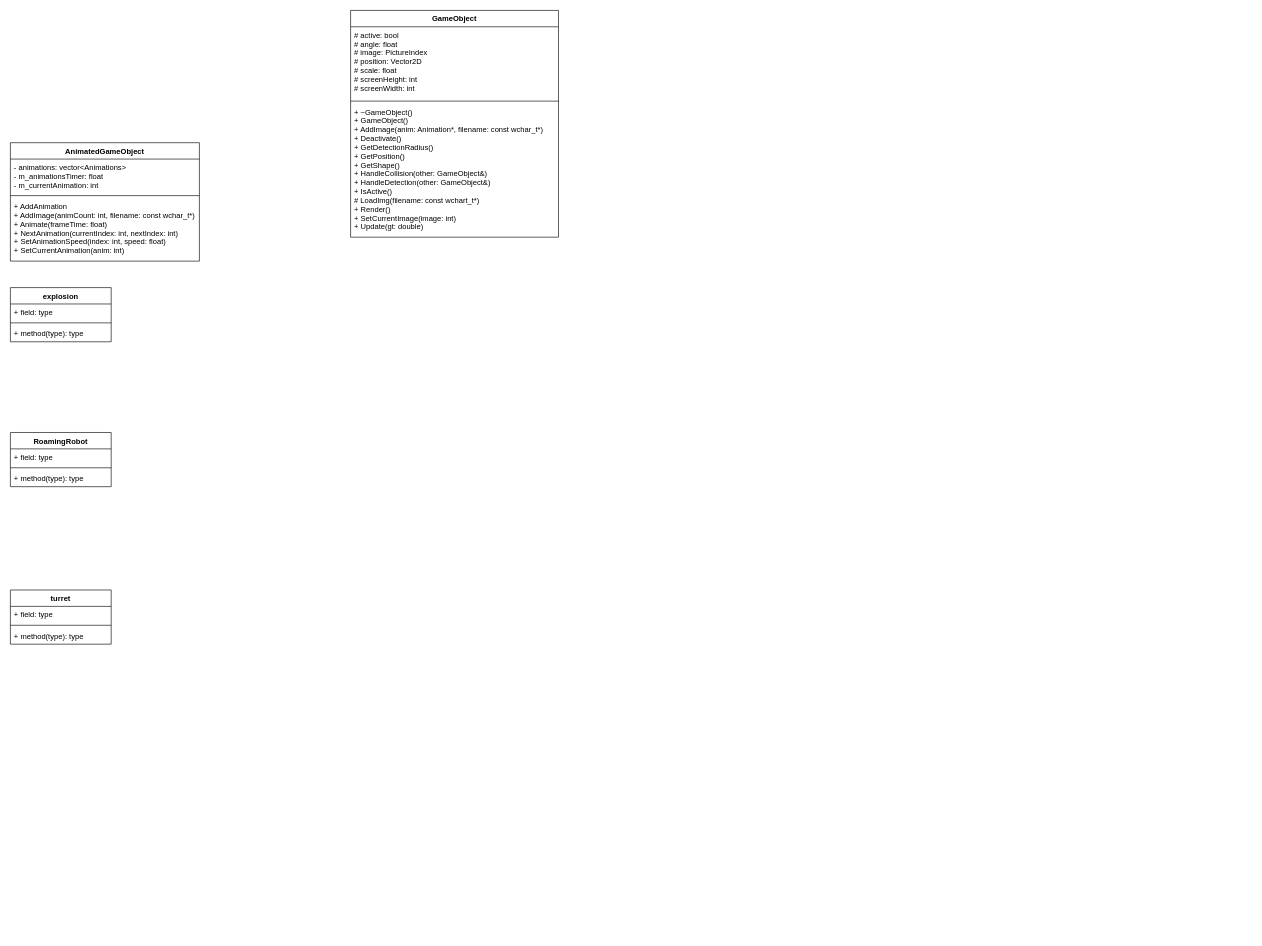
Earlier version of the draw.io diagram Software-engineering-classDiagram.drawio (mabyee/2D-Game-Engine). Source tidied: cells renumbered, new cells numbered last; positions are measured from the earlier drawing's top-left corner, leaving out a move shared by most shapes. Both pictures are drawn from the tidied source at 63%, with x=0, y=0 at pixel (10, 10).
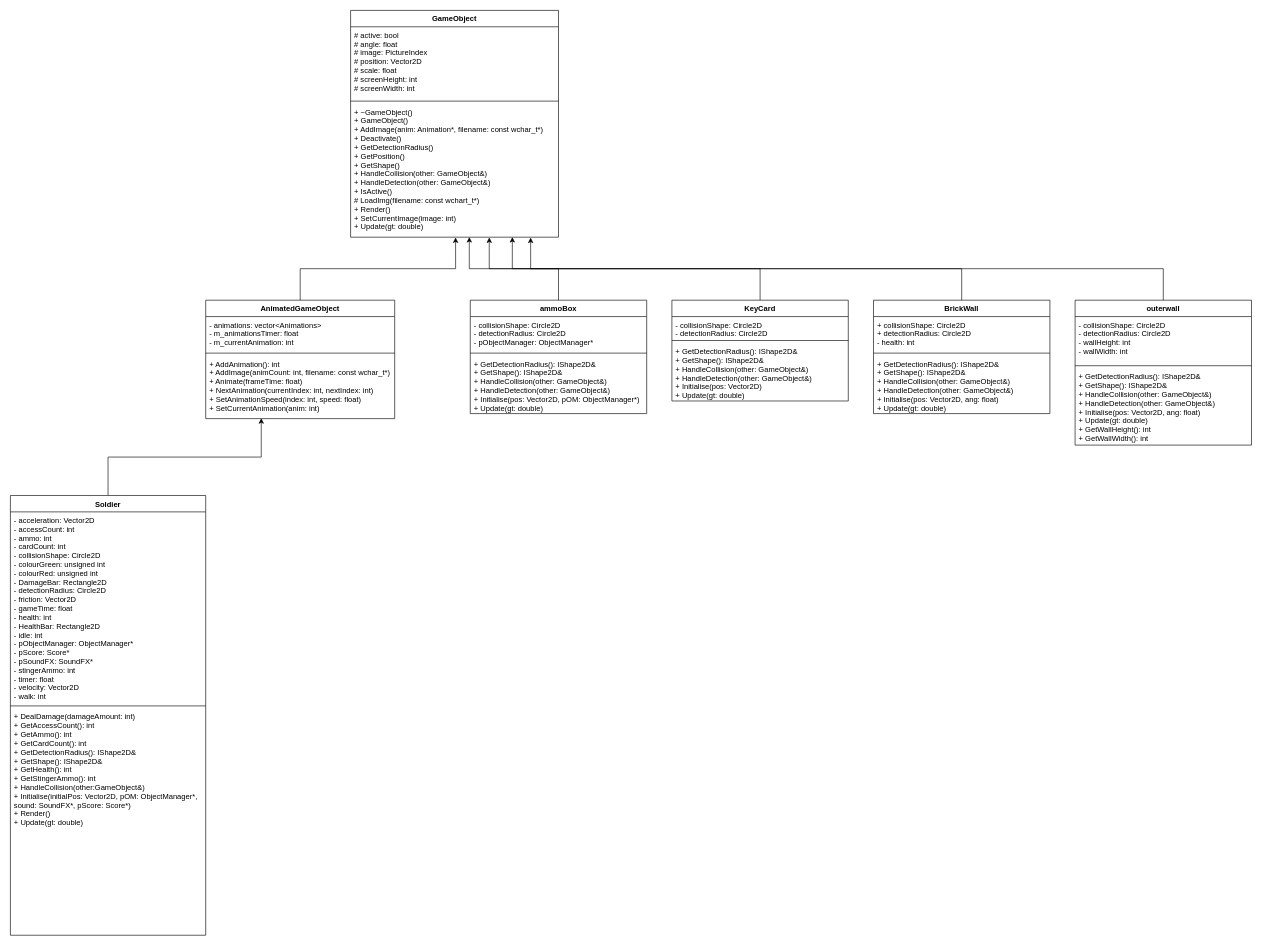
The same diagram, later.

Unchanged cells that the change refers to:
```xml
<mxCell id="5" value="+ ~GameObject()&#10;+ GameObject()&#10;+ AddImage(anim: Animation*, filename: const wchar_t*)&#10;+ Deactivate()&#10;+ GetDetectionRadius()&#10;+ GetPosition()&#10;+ GetShape()&#10;+ HandleCollision(other: GameObject&amp;)&#10;+ HandleDetection(other: GameObject&amp;)&#10;+ IsActive()&#10;# LoadImg(filename: const wchart_t*)&#10;+ Render()&#10;+ SetCurrentImage(image: int)&#10;+ Update(gt: double)" style="text;strokeColor=none;fillColor=none;align=left;verticalAlign=top;spacingLeft=4;spacingRight=4;overflow=hidden;points=[[0,0.5],[1,0.5]];portConstraint=eastwest;" parent="2" vertex="1">
  <mxGeometry y="148" width="330" height="212" as="geometry" />
</mxCell>
```

Change to the diagram source:
```diff
@@
+    <mxCell id="22" style="edgeStyle=orthogonalEdgeStyle;rounded=0;jettySize=auto;html=1;entryX=0.505;entryY=1.002;entryDx=0;entryDy=0;entryPerimeter=0;" parent="1" edge="1" source="6" target="5">
+      <mxGeometry relative="1" as="geometry" />
+    </mxCell>
     <mxCell id="6" value="AnimatedGameObject" style="swimlane;fontStyle=1;align=center;verticalAlign=top;horizontal=1;startSize=26;" parent="1" vertex="1">
-      <mxGeometry y="210" width="300" height="188" as="geometry" />
+      <mxGeometry x="310" y="460" width="300" height="188" as="geometry" />
     </mxCell>
@@
-    <mxCell id="9" value="+ AddAnimation&#10;+ AddImage(animCount: int, filename: const wchar_t*)&#10;+ Animate(frameTime: float)&#10;+ NextAnimation(currentIndex: int, nextIndex: int)&#10;+ SetAnimationSpeed(index: int, speed: float)&#10;+ SetCurrentAnimation(anim: int)" style="text;strokeColor=none;fillColor=none;align=left;verticalAlign=top;spacingLeft=4;spacingRight=4;overflow=hidden;points=[[0,0.5],[1,0.5]];portConstraint=eastwest;" parent="6" vertex="1">
+    <mxCell id="9" value="+ AddAnimation(): int&#10;+ AddImage(animCount: int, filename: const wchar_t*)&#10;+ Animate(frameTime: float)&#10;+ NextAnimation(currentIndex: int, nextIndex: int)&#10;+ SetAnimationSpeed(index: int, speed: float)&#10;+ SetCurrentAnimation(anim: int)" style="text;strokeColor=none;fillColor=none;align=left;verticalAlign=top;spacingLeft=4;spacingRight=4;overflow=hidden;points=[[0,0.5],[1,0.5]];portConstraint=eastwest;" parent="6" vertex="1">
       <mxGeometry y="88" width="300" height="100" as="geometry" />
     </mxCell>
+    <mxCell id="23" style="edgeStyle=orthogonalEdgeStyle;rounded=0;jettySize=auto;html=1;entryX=0.667;entryY=1.002;entryDx=0;entryDy=0;entryPerimeter=0;" parent="1" edge="1" source="10" target="5">
+      <mxGeometry relative="1" as="geometry" />
+    </mxCell>
-    <mxCell id="10" value="explosion" style="swimlane;fontStyle=1;align=center;verticalAlign=top;horizontal=1;startSize=26;" parent="1" vertex="1">
-      <mxGeometry y="440" width="160" height="86" as="geometry" />
+    <mxCell id="10" value="ammoBox" style="swimlane;fontStyle=1;align=center;verticalAlign=top;horizontal=1;startSize=26;" parent="1" vertex="1">
+      <mxGeometry x="730" y="460" width="280" height="180" as="geometry" />
     </mxCell>
-    <mxCell id="11" value="+ field: type" style="text;strokeColor=none;fillColor=none;align=left;verticalAlign=top;spacingLeft=4;spacingRight=4;overflow=hidden;" parent="10" vertex="1">
-      <mxGeometry y="26" width="160" height="26" as="geometry" />
+    <mxCell id="11" value="- collisionShape: Circle2D&#10;- detectionRadius: Circle2D&#10;- pObjectManager: ObjectManager*" style="text;strokeColor=none;fillColor=none;align=left;verticalAlign=top;spacingLeft=4;spacingRight=4;overflow=hidden;" parent="10" vertex="1">
+      <mxGeometry y="26" width="280" height="54" as="geometry" />
     </mxCell>
     <mxCell id="12" style="line;strokeWidth=1;fillColor=none;align=left;verticalAlign=middle;spacingTop=-1;spacingLeft=3;spacingRight=3;labelPosition=right;" parent="10" vertex="1">
-      <mxGeometry y="52" width="160" height="8" as="geometry" />
+      <mxGeometry y="80" width="280" height="8" as="geometry" />
     </mxCell>
-    <mxCell id="13" value="+ method(type): type" style="text;strokeColor=none;fillColor=none;align=left;verticalAlign=top;spacingLeft=4;spacingRight=4;overflow=hidden;" parent="10" vertex="1">
-      <mxGeometry y="60" width="160" height="26" as="geometry" />
+    <mxCell id="13" value="+ GetDetectionRadius(): IShape2D&amp;&#10;+ GetShape(): IShape2D&amp;&#10;+ HandleCollision(other: GameObject&amp;)&#10;+ HandleDetection(other: GameObject&amp;)&#10;+ Initialise(pos: Vector2D, pOM: ObjectManager*)&#10;+ Update(gt: double)" style="text;strokeColor=none;fillColor=none;align=left;verticalAlign=top;spacingLeft=4;spacingRight=4;overflow=hidden;" parent="10" vertex="1">
+      <mxGeometry y="88" width="280" height="92" as="geometry" />
     </mxCell>
+    <mxCell id="24" style="edgeStyle=orthogonalEdgeStyle;rounded=0;jettySize=auto;html=1;entryX=0.294;entryY=0.994;entryDx=0;entryDy=0;entryPerimeter=0;" parent="1" edge="1" source="14" target="9">
+      <mxGeometry relative="1" as="geometry" />
+    </mxCell>
-    <mxCell id="14" value="RoamingRobot" style="swimlane;fontStyle=1;align=center;verticalAlign=top;horizontal=1;startSize=26;" parent="1" vertex="1">
-      <mxGeometry y="670" width="160" height="86" as="geometry" />
+    <mxCell id="14" value="Soldier" style="swimlane;fontStyle=1;align=center;verticalAlign=top;horizontal=1;startSize=26;" parent="1" vertex="1">
+      <mxGeometry y="770" width="310" height="698" as="geometry" />
     </mxCell>
-    <mxCell id="15" value="+ field: type" style="text;strokeColor=none;fillColor=none;align=left;verticalAlign=top;spacingLeft=4;spacingRight=4;overflow=hidden;" parent="14" vertex="1">
-      <mxGeometry y="26" width="160" height="26" as="geometry" />
+    <mxCell id="15" value="- acceleration: Vector2D&#10;- accessCount: int&#10;- ammo: int&#10;- cardCount: int&#10;- collisionShape: Circle2D&#10;- colourGreen: unsigned int&#10;- colourRed: unsigned int&#10;- DamageBar: Rectangle2D&#10;- detectionRadius: Circle2D&#10;- friction: Vector2D&#10;- gameTime: float&#10;- health: int&#10;- HealthBar: Rectangle2D&#10;- idle: int&#10;- pObjectManager: ObjectManager*&#10;- pScore: Score*&#10;- pSoundFX: SoundFX*&#10;- stingerAmmo: int&#10;- timer: float&#10;- velocity: Vector2D&#10;- walk: int" style="text;strokeColor=none;fillColor=none;align=left;verticalAlign=top;spacingLeft=4;spacingRight=4;overflow=hidden;" parent="14" vertex="1">
+      <mxGeometry y="26" width="310" height="304" as="geometry" />
     </mxCell>
     <mxCell id="16" style="line;strokeWidth=1;fillColor=none;align=left;verticalAlign=middle;spacingTop=-1;spacingLeft=3;spacingRight=3;labelPosition=right;" parent="14" vertex="1">
-      <mxGeometry y="52" width="160" height="8" as="geometry" />
+      <mxGeometry y="330" width="310" height="8" as="geometry" />
     </mxCell>
-    <mxCell id="17" value="+ method(type): type" style="text;strokeColor=none;fillColor=none;align=left;verticalAlign=top;spacingLeft=4;spacingRight=4;overflow=hidden;" parent="14" vertex="1">
-      <mxGeometry y="60" width="160" height="26" as="geometry" />
+    <mxCell id="17" value="+ DealDamage(damageAmount: int)&#10;+ GetAccessCount(): int&#10;+ GetAmmo(): int&#10;+ GetCardCount(): int&#10;+ GetDetectionRadius(): IShape2D&amp;&#10;+ GetShape(): IShape2D&amp;&#10;+ GetHealth(): int&#10;+ GetStingerAmmo(): int&#10;+ HandleCollision(other:GameObject&amp;)&#10;+ Initialise(initialPos: Vector2D, pOM: ObjectManager*, &#10;sound: SoundFX*, pScore: Score*)&#10;+ Render()&#10;+ Update(gt: double)" style="text;strokeColor=none;fillColor=none;align=left;verticalAlign=top;spacingLeft=4;spacingRight=4;overflow=hidden;" parent="14" vertex="1">
+      <mxGeometry y="338" width="310" height="360" as="geometry" />
     </mxCell>
-    <mxCell id="18" value="turret" style="swimlane;fontStyle=1;align=center;verticalAlign=top;horizontal=1;startSize=26;" parent="1" vertex="1">
-      <mxGeometry y="920" width="160" height="86" as="geometry" />
-    </mxCell>
-    <mxCell id="19" value="+ field: type" style="text;strokeColor=none;fillColor=none;align=left;verticalAlign=top;spacingLeft=4;spacingRight=4;overflow=hidden;" parent="18" vertex="1">
-      <mxGeometry y="26" width="160" height="26" as="geometry" />
-    </mxCell>
-    <mxCell id="20" style="line;strokeWidth=1;fillColor=none;align=left;verticalAlign=middle;spacingTop=-1;spacingLeft=3;spacingRight=3;labelPosition=right;" parent="18" vertex="1">
-      <mxGeometry y="52" width="160" height="8" as="geometry" />
-    </mxCell>
-    <mxCell id="21" value="+ method(type): type" style="text;strokeColor=none;fillColor=none;align=left;verticalAlign=top;spacingLeft=4;spacingRight=4;overflow=hidden;" parent="18" vertex="1">
-      <mxGeometry y="60" width="160" height="26" as="geometry" />
-    </mxCell>
+    <mxCell id="25" style="edgeStyle=orthogonalEdgeStyle;rounded=0;jettySize=auto;html=1;entryX=0.571;entryY=0.999;entryDx=0;entryDy=0;entryPerimeter=0;" parent="1" edge="1" source="26" target="5">
+      <mxGeometry relative="1" as="geometry" />
+    </mxCell>
+    <mxCell id="26" value="KeyCard" style="swimlane;fontStyle=1;align=center;verticalAlign=top;horizontal=1;startSize=26;" parent="1" vertex="1">
+      <mxGeometry x="1050" y="460" width="280" height="160" as="geometry" />
+    </mxCell>
+    <mxCell id="27" value="- collisionShape: Circle2D&#10;- detectionRadius: Circle2D" style="text;strokeColor=none;fillColor=none;align=left;verticalAlign=top;spacingLeft=4;spacingRight=4;overflow=hidden;" parent="26" vertex="1">
+      <mxGeometry y="26" width="280" height="34" as="geometry" />
+    </mxCell>
+    <mxCell id="28" style="line;strokeWidth=1;fillColor=none;align=left;verticalAlign=middle;spacingTop=-1;spacingLeft=3;spacingRight=3;labelPosition=right;" parent="26" vertex="1">
+      <mxGeometry y="60" width="280" height="8" as="geometry" />
+    </mxCell>
+    <mxCell id="29" value="+ GetDetectionRadius(): IShape2D&amp;&#10;+ GetShape(): IShape2D&amp;&#10;+ HandleCollision(other: GameObject&amp;)&#10;+ HandleDetection(other: GameObject&amp;)&#10;+ Initialise(pos: Vector2D)&#10;+ Update(gt: double)" style="text;strokeColor=none;fillColor=none;align=left;verticalAlign=top;spacingLeft=4;spacingRight=4;overflow=hidden;" parent="26" vertex="1">
+      <mxGeometry y="68" width="280" height="92" as="geometry" />
+    </mxCell>
+    <mxCell id="30" style="edgeStyle=orthogonalEdgeStyle;rounded=0;jettySize=auto;html=1;entryX=0.778;entryY=0.999;entryDx=0;entryDy=0;entryPerimeter=0;" parent="1" edge="1" source="31" target="5">
+      <mxGeometry relative="1" as="geometry" />
+    </mxCell>
+    <mxCell id="31" value="BrickWall" style="swimlane;fontStyle=1;align=center;verticalAlign=top;horizontal=1;startSize=26;" parent="1" vertex="1">
+      <mxGeometry x="1370" y="460" width="280" height="180" as="geometry" />
+    </mxCell>
+    <mxCell id="32" value="+ collisionShape: Circle2D&#10;+ detectionRadius: Circle2D&#10;- health: int" style="text;strokeColor=none;fillColor=none;align=left;verticalAlign=top;spacingLeft=4;spacingRight=4;overflow=hidden;" parent="31" vertex="1">
+      <mxGeometry y="26" width="280" height="54" as="geometry" />
+    </mxCell>
+    <mxCell id="33" style="line;strokeWidth=1;fillColor=none;align=left;verticalAlign=middle;spacingTop=-1;spacingLeft=3;spacingRight=3;labelPosition=right;" parent="31" vertex="1">
+      <mxGeometry y="80" width="280" height="8" as="geometry" />
+    </mxCell>
+    <mxCell id="34" value="+ GetDetectionRadius(): IShape2D&amp;&#10;+ GetShape(): IShape2D&amp;&#10;+ HandleCollision(other: GameObject&amp;)&#10;+ HandleDetection(other: GameObject&amp;)&#10;+ Initialise(pos: Vector2D, ang: float)&#10;+ Update(gt: double)" style="text;strokeColor=none;fillColor=none;align=left;verticalAlign=top;spacingLeft=4;spacingRight=4;overflow=hidden;" parent="31" vertex="1">
+      <mxGeometry y="88" width="280" height="92" as="geometry" />
+    </mxCell>
+    <mxCell id="35" style="edgeStyle=orthogonalEdgeStyle;rounded=0;jettySize=auto;html=1;entryX=0.866;entryY=1.003;entryDx=0;entryDy=0;entryPerimeter=0;" parent="1" edge="1" source="36" target="5">
+      <mxGeometry relative="1" as="geometry" />
+    </mxCell>
+    <mxCell id="36" value="outerwall" style="swimlane;fontStyle=1;align=center;verticalAlign=top;horizontal=1;startSize=26;" parent="1" vertex="1">
+      <mxGeometry x="1690" y="460" width="280" height="230" as="geometry" />
+    </mxCell>
+    <mxCell id="37" value="- collisionShape: Circle2D&#10;- detectionRadius: Circle2D&#10;- wallHeight: int&#10;- wallWidth: int" style="text;strokeColor=none;fillColor=none;align=left;verticalAlign=top;spacingLeft=4;spacingRight=4;overflow=hidden;" parent="36" vertex="1">
+      <mxGeometry y="26" width="280" height="74" as="geometry" />
+    </mxCell>
+    <mxCell id="38" style="line;strokeWidth=1;fillColor=none;align=left;verticalAlign=middle;spacingTop=-1;spacingLeft=3;spacingRight=3;labelPosition=right;" parent="36" vertex="1">
+      <mxGeometry y="100" width="280" height="8" as="geometry" />
+    </mxCell>
+    <mxCell id="39" value="+ GetDetectionRadius(): IShape2D&amp;&#10;+ GetShape(): IShape2D&amp;&#10;+ HandleCollision(other: GameObject&amp;)&#10;+ HandleDetection(other: GameObject&amp;)&#10;+ Initialise(pos: Vector2D, ang: float)&#10;+ Update(gt: double)&#10;+ GetWallHeight(): int&#10;+ GetWallWidth(): int" style="text;strokeColor=none;fillColor=none;align=left;verticalAlign=top;spacingLeft=4;spacingRight=4;overflow=hidden;" parent="36" vertex="1">
+      <mxGeometry y="108" width="280" height="122" as="geometry" />
+    </mxCell>
```
